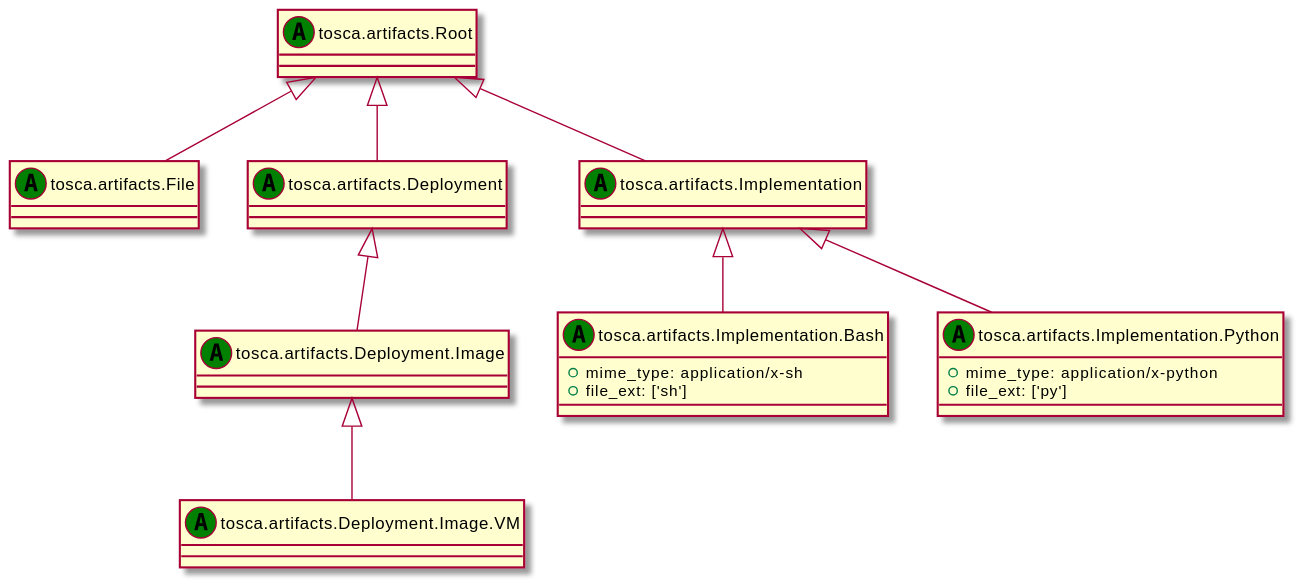
Above: examples/tosca-community-contributions/diagrams/uml2/profiles-org.oasis-open-simple-1.0-artifact-uml2-class-diagram.svg in Orange-OpenSource/Cloudnet-TOSCA-toolbox (PlantUML), before the change.
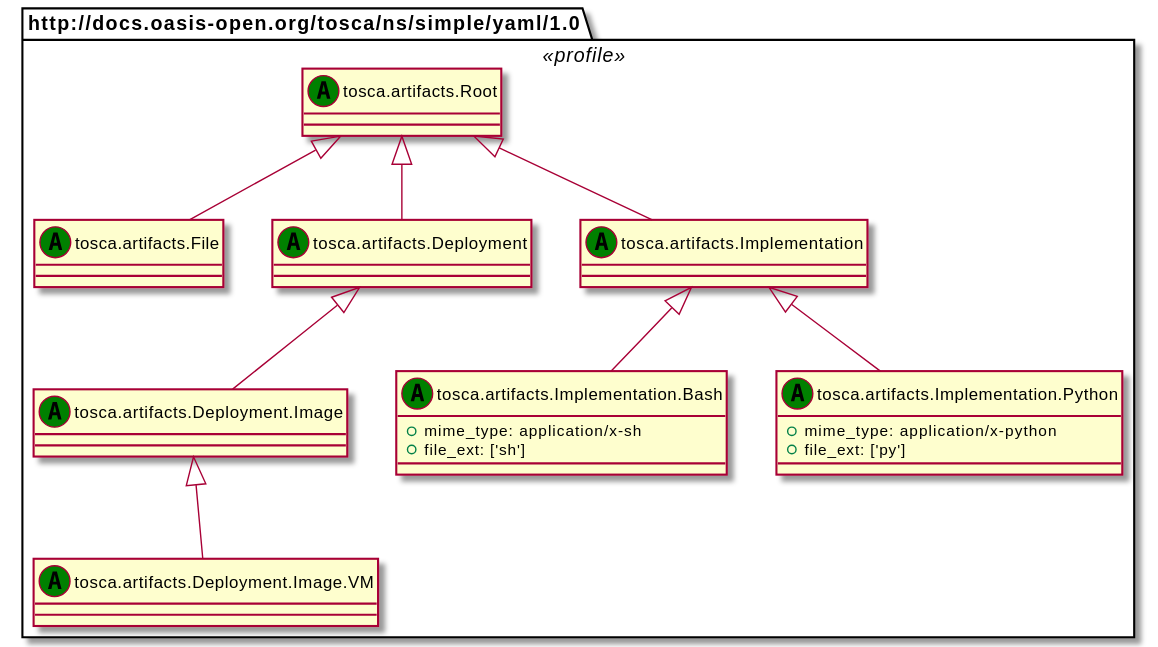
After the commit.

What changed in the source:
```diff
@@ -1,5 +1,6 @@
 @startuml
 set namespaceSeparator none
+package "http://docs.oasis-open.org/tosca/ns/simple/yaml/1.0" <<profile>> {
 class "tosca.artifacts.Root" as tosca_artifacts_Root_AT << (A,green) >> {
 }
 class "tosca.artifacts.File" as tosca_artifacts_File_AT << (A,green) >> {
@@ -27,4 +28,5 @@
 tosca_artifacts_Root_AT <|-- tosca_artifacts_Implementation_AT
 tosca_artifacts_Implementation_AT <|-- tosca_artifacts_Implementation_Bash_AT
 tosca_artifacts_Implementation_AT <|-- tosca_artifacts_Implementation_Python_AT
+}
 @enduml
```
